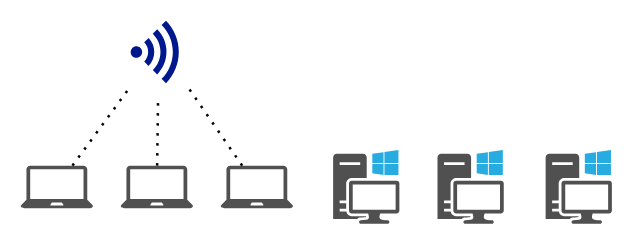
Above: page "Page-2" (2 of 2) of bsf拓扑.drawio in lhongbei/lhongbei (draw.io), before the change. Source tidied: cells renumbered, new cells numbered last; positions are measured from the earlier drawing's top-left corner, leaving out a move shared by most shapes. Both pictures are drawn from the tidied source at 125%, with x=0, y=0 at pixel (20, 20).
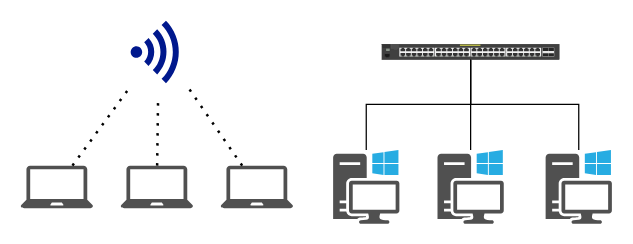
Above is the later version.

The edit, as a diff of the source:
```diff
@@
 <mxGraphModel>
   <root>
     <mxCell id="0" />
     <mxCell id="1" parent="0" />
     <mxCell id="2" style="sketch=0;shadow=0;dashed=0;html=1;strokeColor=none;fillColor=#505050;labelPosition=center;verticalLabelPosition=bottom;verticalAlign=top;outlineConnect=0;align=center;shape=mxgraph.office.devices.workstation_pc;" parent="1" vertex="1">
       <mxGeometry x="250" y="103.5" width="53" height="59" as="geometry" />
     </mxCell>
     <mxCell id="3" style="sketch=0;shadow=0;dashed=0;html=1;strokeColor=none;fillColor=#505050;labelPosition=center;verticalLabelPosition=bottom;verticalAlign=top;outlineConnect=0;align=center;shape=mxgraph.office.devices.laptop;" parent="1" vertex="1">
       <mxGeometry y="116" width="58" height="34" as="geometry" />
     </mxCell>
     <mxCell id="4" style="sketch=0;shadow=0;dashed=0;html=1;strokeColor=none;labelPosition=center;verticalLabelPosition=bottom;verticalAlign=top;align=center;fillColor=#00188D;shape=mxgraph.mscae.enterprise.wireless_connection;" parent="1" vertex="1">
       <mxGeometry x="88" width="42" height="50" as="geometry" />
     </mxCell>
     <mxCell id="5" style="sketch=0;shadow=0;dashed=0;html=1;strokeColor=none;fillColor=#505050;labelPosition=center;verticalLabelPosition=bottom;verticalAlign=top;outlineConnect=0;align=center;shape=mxgraph.office.devices.laptop;" parent="1" vertex="1">
       <mxGeometry x="80" y="116" width="58" height="34" as="geometry" />
     </mxCell>
     <mxCell id="6" style="sketch=0;shadow=0;dashed=0;html=1;strokeColor=none;fillColor=#505050;labelPosition=center;verticalLabelPosition=bottom;verticalAlign=top;outlineConnect=0;align=center;shape=mxgraph.office.devices.laptop;" parent="1" vertex="1">
       <mxGeometry x="160" y="116" width="58" height="34" as="geometry" />
     </mxCell>
     <mxCell id="7" style="endArrow=none;dashed=1;html=1;dashPattern=1 3;strokeWidth=2;rounded=0;entryX=0.019;entryY=1.029;entryDx=0;entryDy=0;entryPerimeter=0;" parent="1" edge="1" source="3" target="4">
       <mxGeometry relative="1" as="geometry" />
     </mxCell>
     <mxCell id="8" style="endArrow=none;dashed=1;html=1;dashPattern=1 3;strokeWidth=2;rounded=0;" parent="1" edge="1" source="5">
       <mxGeometry relative="1" as="geometry">
         <mxPoint x="110" y="60" as="targetPoint" />
       </mxGeometry>
     </mxCell>
     <mxCell id="9" style="endArrow=none;dashed=1;html=1;dashPattern=1 3;strokeWidth=2;rounded=0;entryX=1.071;entryY=1.04;entryDx=0;entryDy=0;entryPerimeter=0;" parent="1" edge="1" source="6" target="4">
       <mxGeometry relative="1" as="geometry" />
     </mxCell>
     <mxCell id="10" style="sketch=0;shadow=0;dashed=0;html=1;strokeColor=none;fillColor=#505050;labelPosition=center;verticalLabelPosition=bottom;verticalAlign=top;outlineConnect=0;align=center;shape=mxgraph.office.devices.workstation_pc;" parent="1" vertex="1">
       <mxGeometry x="333.5" y="103.5" width="53" height="59" as="geometry" />
     </mxCell>
     <mxCell id="11" style="sketch=0;shadow=0;dashed=0;html=1;strokeColor=none;fillColor=#505050;labelPosition=center;verticalLabelPosition=bottom;verticalAlign=top;outlineConnect=0;align=center;shape=mxgraph.office.devices.workstation_pc;" parent="1" vertex="1">
       <mxGeometry x="420" y="103.5" width="53" height="59" as="geometry" />
     </mxCell>
+    <mxCell id="12" style="html=1;verticalLabelPosition=bottom;verticalAlign=top;outlineConnect=0;shadow=0;dashed=0;shape=mxgraph.rack.hpe_aruba.switches.j9772a_2530_48g_poeplus_switch;" parent="1" vertex="1">
+      <mxGeometry x="289" y="18.8" width="142" height="12.5" as="geometry" />
+    </mxCell>
+    <mxCell id="13" style="edgeStyle=elbowEdgeStyle;elbow=vertical;endArrow=none;html=1;rounded=0;endFill=0;" parent="1" edge="1" source="2" target="12">
+      <mxGeometry relative="1" as="geometry" />
+    </mxCell>
+    <mxCell id="14" style="edgeStyle=elbowEdgeStyle;elbow=vertical;endArrow=none;html=1;rounded=0;endFill=0;" parent="1" edge="1" source="10" target="12">
+      <mxGeometry relative="1" as="geometry" />
+    </mxCell>
+    <mxCell id="15" style="edgeStyle=elbowEdgeStyle;elbow=vertical;endArrow=none;html=1;rounded=0;endFill=0;" parent="1" edge="1" source="11" target="12">
+      <mxGeometry relative="1" as="geometry" />
+    </mxCell>
   </root>
 </mxGraphModel>
```
